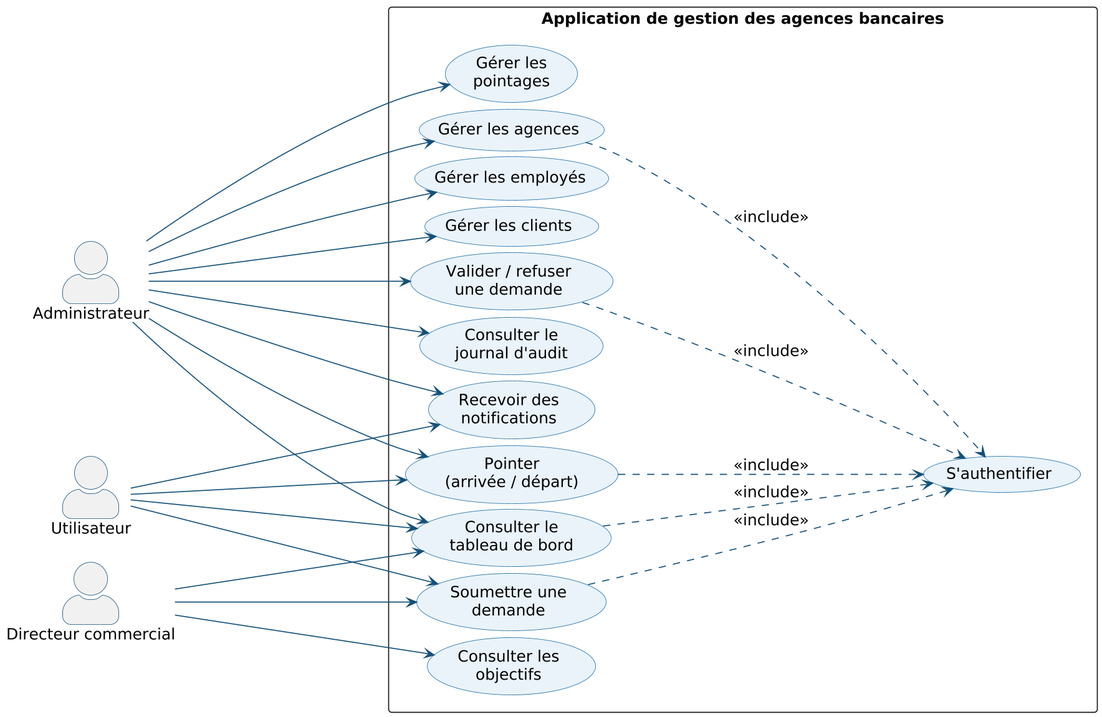
Before: rapport-latex/diagrams/uc_global.png, a diagram exported from PlantUML (ZizouX0/oussema_korbosli).
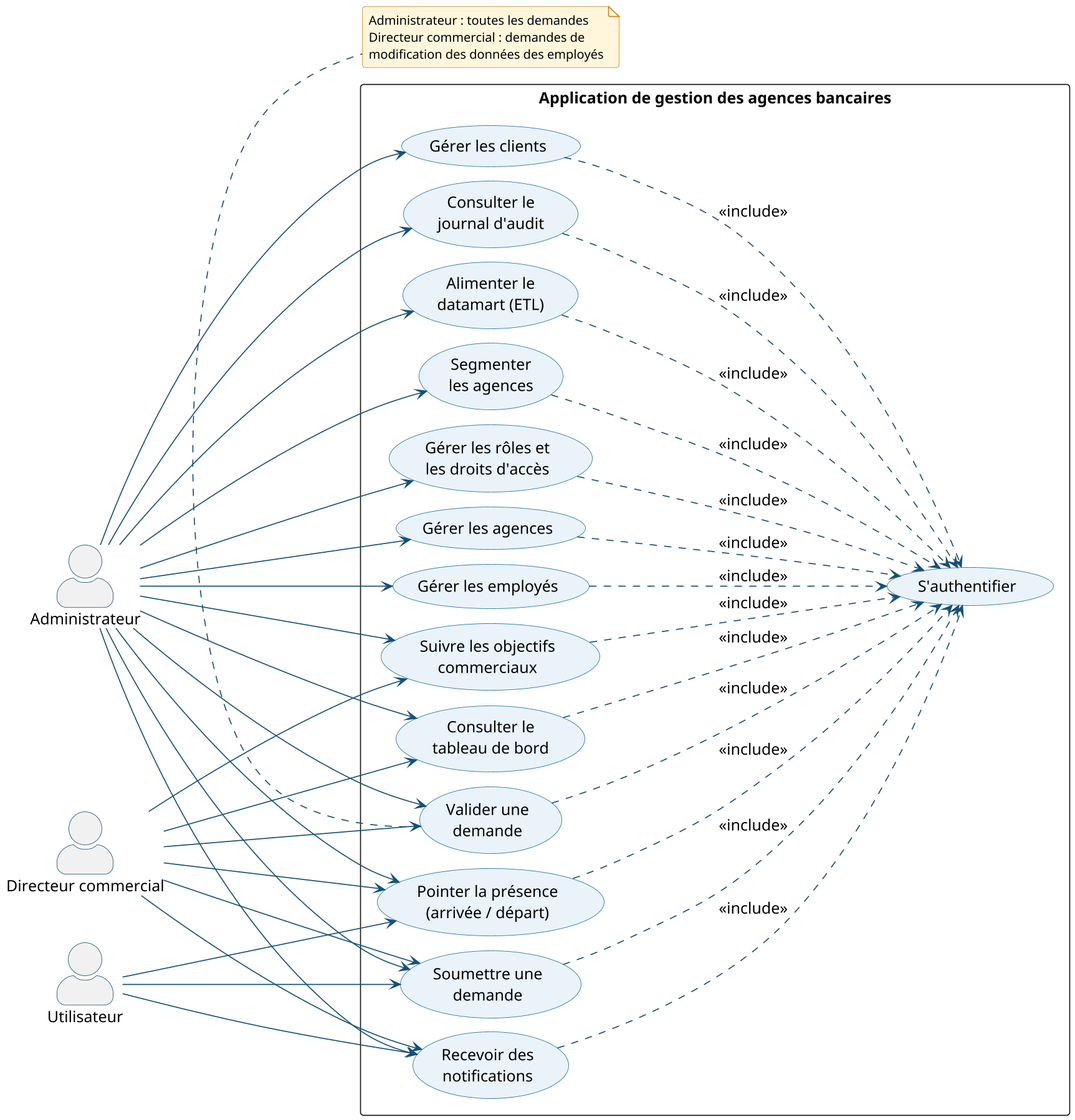
After the commit.

Diff of the diagram source:
```diff
@@ -11,45 +11,76 @@
 skinparam usecaseBackgroundColor #EAF3FA
 skinparam usecaseBorderColor #1B6CA8
 skinparam actorBorderColor #14507A
-skinparam nodesep 6
-skinparam ranksep 220
+skinparam noteBackgroundColor #FFF6DC
+skinparam noteBorderColor #C8861A
+skinparam noteFontSize 12
+skinparam nodesep 14
+skinparam ranksep 190
 
 actor "Administrateur" as ADM
 actor "Directeur commercial" as DIR
 actor "Utilisateur" as USR
+
 rectangle "Application de gestion des agences bancaires" {
   usecase "S'authentifier" as UC0
-  usecase "Consulter le\ntableau de bord" as UC1
+
+  usecase "Gérer les rôles et\nles droits d'accès" as UC1
   usecase "Gérer les agences" as UC2
   usecase "Gérer les employés" as UC3
   usecase "Gérer les clients" as UC4
-  usecase "Consulter les\nobjectifs" as UC5
-  usecase "Soumettre une\ndemande" as UC6
-  usecase "Valider / refuser\nune demande" as UC7
-  usecase "Consulter le\njournal d'audit" as UC8
+  usecase "Suivre les objectifs\ncommerciaux" as UC5
+  usecase "Pointer la présence\n(arrivée / départ)" as UC6
+  usecase "Soumettre une\ndemande" as UC7
+  usecase "Valider une\ndemande" as UC8
   usecase "Recevoir des\nnotifications" as UC9
-  usecase "Pointer\n(arrivée / départ)" as UC10
-  usecase "Gérer les\npointages" as UC11
+  usecase "Consulter le\njournal d'audit" as UC10
+  usecase "Consulter le\ntableau de bord" as UC11
+  usecase "Alimenter le\ndatamart (ETL)" as UC12
+  usecase "Segmenter\nles agences" as UC13
 }
+
 ADM --> UC1
 ADM --> UC2
 ADM --> UC3
 ADM --> UC4
+ADM --> UC5
+ADM --> UC6
 ADM --> UC7
 ADM --> UC8
 ADM --> UC9
+ADM --> UC10
 ADM --> UC11
-DIR --> UC1
+ADM --> UC12
+ADM --> UC13
+
 DIR --> UC5
 DIR --> UC6
-USR --> UC1
+DIR --> UC7
+DIR --> UC9
+DIR --> UC11
+DIR --> UC8
+
 USR --> UC6
+USR --> UC7
 USR --> UC9
-USR --> UC10
-ADM --> UC10
-UC1 ..> UC0 : <<include>>
-UC2 ..> UC0 : <<include>>
-UC6 ..> UC0 : <<include>>
-UC7 ..> UC0 : <<include>>
+
+note bottom of UC8
+  Administrateur : toutes les demandes
+  Directeur commercial : demandes de
+  modification des données des employés
+end note
+
+UC1  ..> UC0 : <<include>>
+UC2  ..> UC0 : <<include>>
+UC3  ..> UC0 : <<include>>
+UC4  ..> UC0 : <<include>>
+UC5  ..> UC0 : <<include>>
+UC6  ..> UC0 : <<include>>
+UC7  ..> UC0 : <<include>>
+UC8  ..> UC0 : <<include>>
+UC9  ..> UC0 : <<include>>
 UC10 ..> UC0 : <<include>>
+UC11 ..> UC0 : <<include>>
+UC12 ..> UC0 : <<include>>
+UC13 ..> UC0 : <<include>>
 @enduml
```
